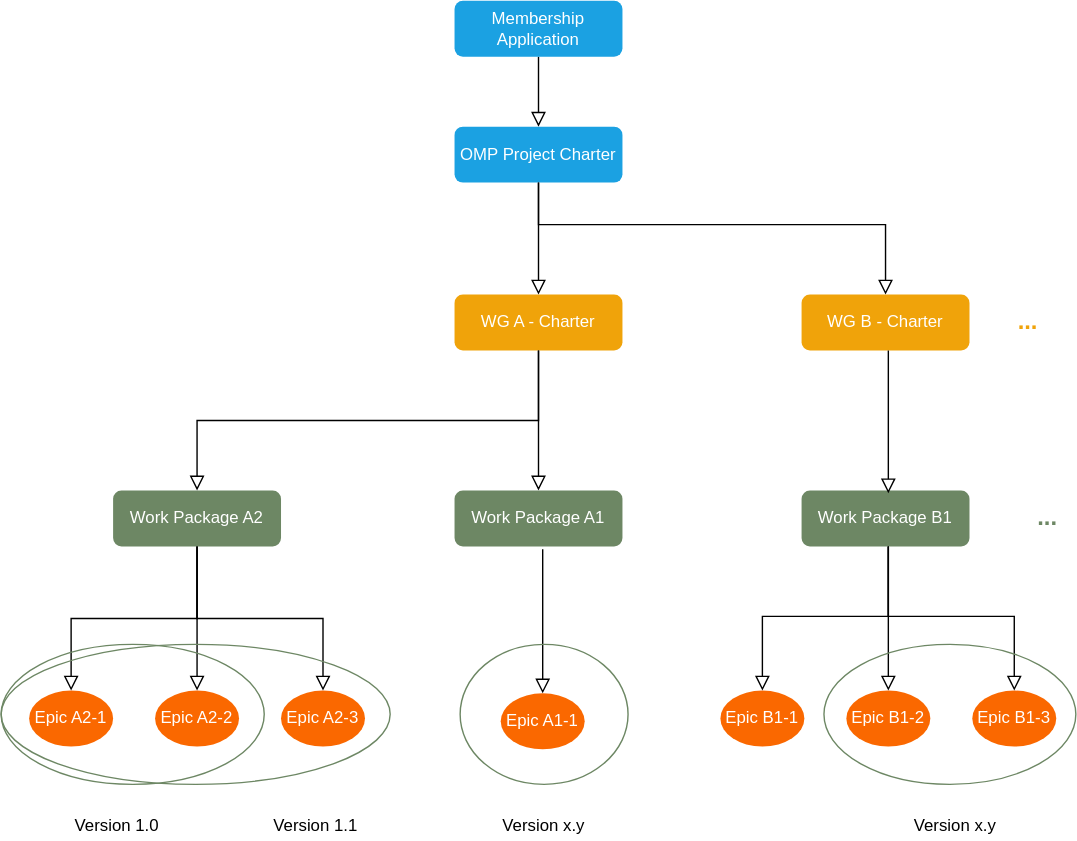
pawanpurbey/rules_of_engagement keeps this draw.io diagram as images/omp-breakdown.svg. Above is the earlier version. Source tidied: cells renumbered, new cells last; positions are measured from the earlier drawing's top-left corner, leaving out a move shared by most shapes.
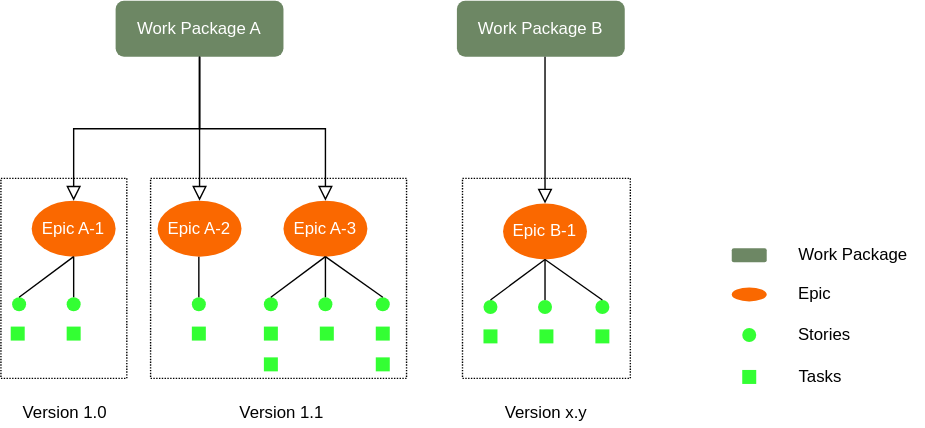
After the change.

Diff of the diagram source:
```diff
@@ -2,62 +2,28 @@
   <root>
     <mxCell id="0" />
     <mxCell id="1" parent="0" />
-    <mxCell id="2" style="rounded=0;html=1;jettySize=auto;fontSize=11;endArrow=block;endFill=0;endSize=8;strokeWidth=1;shadow=0;labelBackgroundColor=none;edgeStyle=orthogonalEdgeStyle;" parent="1" edge="1" source="3">
-      <mxGeometry relative="1" as="geometry">
-        <mxPoint x="384" y="90" as="targetPoint" />
-      </mxGeometry>
-    </mxCell>
-    <mxCell id="3" value="&lt;font color=&quot;#ffffff&quot;&gt;Membership&lt;br&gt;Application&lt;/font&gt;" style="rounded=1;whiteSpace=wrap;html=1;fontSize=12;glass=0;strokeWidth=1;shadow=0;fillColor=#1ba1e2;strokeColor=none;fontColor=#ffffff;" parent="1" vertex="1">
-      <mxGeometry x="324" width="120" height="40" as="geometry" />
-    </mxCell>
-    <mxCell id="4" value="OMP Project Charter" style="rounded=1;whiteSpace=wrap;html=1;fontSize=12;glass=0;strokeWidth=1;shadow=0;fillColor=#1ba1e2;strokeColor=none;fontColor=#ffffff;" parent="1" vertex="1">
-      <mxGeometry x="324" y="90" width="120" height="40" as="geometry" />
-    </mxCell>
-    <mxCell id="5" value="WG A - Charter" style="rounded=1;whiteSpace=wrap;html=1;fontSize=12;glass=0;strokeWidth=1;shadow=0;fillColor=#f0a30a;strokeColor=none;fontColor=#ffffff;" parent="1" vertex="1">
-      <mxGeometry x="324" y="210" width="120" height="40" as="geometry" />
-    </mxCell>
-    <mxCell id="6" value="&lt;font color=&quot;#ffffff&quot;&gt;WG B - Charter&lt;/font&gt;" style="rounded=1;whiteSpace=wrap;html=1;fontSize=12;glass=0;strokeWidth=1;shadow=0;fillColor=#f0a30a;strokeColor=none;fontColor=#ffffff;" parent="1" vertex="1">
-      <mxGeometry x="572" y="210" width="120" height="40" as="geometry" />
-    </mxCell>
-    <mxCell id="7" style="rounded=0;html=1;jettySize=auto;fontSize=11;endArrow=block;endFill=0;endSize=8;strokeWidth=1;shadow=0;labelBackgroundColor=none;edgeStyle=orthogonalEdgeStyle;exitX=0.5;exitY=1;exitDx=0;exitDy=0;" parent="1" edge="1" source="5" target="8">
-      <mxGeometry x="0.33" y="20" relative="1" as="geometry" />
-    </mxCell>
+    <mxCell id="39" style="whiteSpace=wrap;html=1;fillColor=none;strokeColor=#000000;dashed=1;dashPattern=1 1;" parent="1" vertex="1">
+      <mxGeometry x="-2" y="477" width="90" height="143" as="geometry" />
+    </mxCell>
+    <mxCell id="40" style="whiteSpace=wrap;html=1;fillColor=none;strokeColor=#000000;dashed=1;dashPattern=1 1;" parent="1" vertex="1">
+      <mxGeometry x="328" y="477" width="120" height="143" as="geometry" />
+    </mxCell>
+    <mxCell id="41" style="whiteSpace=wrap;html=1;fillColor=none;strokeColor=#000000;dashed=1;dashPattern=1 1;" parent="1" vertex="1">
+      <mxGeometry x="105" y="477" width="183" height="143" as="geometry" />
+    </mxCell>
-    <mxCell id="8" value="&lt;font color=&quot;#ffffff&quot;&gt;Work Package A1&lt;/font&gt;" style="rounded=1;whiteSpace=wrap;html=1;fontSize=12;glass=0;strokeWidth=1;shadow=0;fillColor=#6d8764;strokeColor=none;fontColor=#ffffff;" parent="1" vertex="1">
+    <mxCell id="8" value="&lt;font color=&quot;#ffffff&quot;&gt;Work Package B&lt;br&gt;&lt;/font&gt;" style="rounded=1;whiteSpace=wrap;html=1;fontSize=12;glass=0;strokeWidth=1;shadow=0;fillColor=#6d8764;strokeColor=none;fontColor=#ffffff;" parent="1" vertex="1">
       <mxGeometry x="324" y="350" width="120" height="40" as="geometry" />
     </mxCell>
-    <mxCell id="9" value="&lt;font color=&quot;#ffffff&quot;&gt;Work Package A2&lt;/font&gt;" style="rounded=1;whiteSpace=wrap;html=1;fontSize=12;glass=0;strokeWidth=1;shadow=0;fillColor=#6d8764;strokeColor=none;fontColor=#ffffff;" parent="1" vertex="1">
+    <mxCell id="9" value="&lt;font color=&quot;#ffffff&quot;&gt;Work Package A&lt;/font&gt;" style="rounded=1;whiteSpace=wrap;html=1;fontSize=12;glass=0;strokeWidth=1;shadow=0;fillColor=#6d8764;strokeColor=none;fontColor=#ffffff;" parent="1" vertex="1">
       <mxGeometry x="80" y="350" width="120" height="40" as="geometry" />
     </mxCell>
-    <mxCell id="10" value="Work Package B1" style="rounded=1;whiteSpace=wrap;html=1;fontSize=12;glass=0;strokeWidth=1;shadow=0;fillColor=#6d8764;strokeColor=none;fontColor=#ffffff;" parent="1" vertex="1">
-      <mxGeometry x="572" y="350" width="120" height="40" as="geometry" />
-    </mxCell>
-    <mxCell id="11" style="rounded=0;html=1;jettySize=auto;fontSize=11;endArrow=block;endFill=0;endSize=8;strokeWidth=1;shadow=0;labelBackgroundColor=none;edgeStyle=orthogonalEdgeStyle;exitX=0.5;exitY=1;exitDx=0;exitDy=0;entryX=0.5;entryY=0;entryDx=0;entryDy=0;" parent="1" edge="1" source="4" target="6">
-      <mxGeometry relative="1" as="geometry">
-        <Array as="points">
-          <mxPoint x="384" y="160" />
-          <mxPoint x="632" y="160" />
-        </Array>
-      </mxGeometry>
-    </mxCell>
-    <mxCell id="12" style="rounded=0;html=1;jettySize=auto;fontSize=11;endArrow=block;endFill=0;endSize=8;strokeWidth=1;shadow=0;labelBackgroundColor=none;edgeStyle=orthogonalEdgeStyle;exitX=0.5;exitY=1;exitDx=0;exitDy=0;entryX=0.5;entryY=0;entryDx=0;entryDy=0;" parent="1" edge="1" source="4" target="5">
-      <mxGeometry relative="1" as="geometry" />
-    </mxCell>
-    <mxCell id="13" style="rounded=0;html=1;jettySize=auto;fontSize=11;endArrow=block;endFill=0;endSize=8;strokeWidth=1;shadow=0;labelBackgroundColor=none;edgeStyle=orthogonalEdgeStyle;exitX=0.5;exitY=1;exitDx=0;exitDy=0;entryX=0.5;entryY=0;entryDx=0;entryDy=0;" parent="1" edge="1" source="5" target="9">
-      <mxGeometry x="0.33" y="20" relative="1" as="geometry" />
-    </mxCell>
-    <mxCell id="14" style="rounded=0;html=1;jettySize=auto;orthogonalLoop=1;fontSize=11;endArrow=block;endFill=0;endSize=8;strokeWidth=1;shadow=0;labelBackgroundColor=none;edgeStyle=orthogonalEdgeStyle;" parent="1" edge="1">
-      <mxGeometry x="0.33" y="20" relative="1" as="geometry">
-        <mxPoint x="634" y="250" as="sourcePoint" />
-        <mxPoint x="634" y="352" as="targetPoint" />
-      </mxGeometry>
-    </mxCell>
-    <mxCell id="15" value="Epic A2-1" style="ellipse;whiteSpace=wrap;html=1;fillColor=#fa6800;strokeColor=none;fontColor=#ffffff;" parent="1" vertex="1">
+    <mxCell id="15" value="Epic A-1" style="ellipse;whiteSpace=wrap;html=1;fillColor=#fa6800;strokeColor=none;fontColor=#ffffff;" parent="1" vertex="1">
       <mxGeometry x="20" y="493" width="60" height="40" as="geometry" />
     </mxCell>
-    <mxCell id="16" value="Epic A2-2" style="ellipse;whiteSpace=wrap;html=1;fillColor=#fa6800;strokeColor=none;fontColor=#ffffff;" parent="1" vertex="1">
+    <mxCell id="16" value="Epic A-2" style="ellipse;whiteSpace=wrap;html=1;fillColor=#fa6800;strokeColor=none;fontColor=#ffffff;" parent="1" vertex="1">
       <mxGeometry x="110" y="493" width="60" height="40" as="geometry" />
     </mxCell>
-    <mxCell id="17" value="Epic A2-3" style="ellipse;whiteSpace=wrap;html=1;fillColor=#fa6800;strokeColor=none;fontColor=#ffffff;" parent="1" vertex="1">
+    <mxCell id="17" value="Epic A-3" style="ellipse;whiteSpace=wrap;html=1;fillColor=#fa6800;strokeColor=none;fontColor=#ffffff;" parent="1" vertex="1">
       <mxGeometry x="200" y="493" width="60" height="40" as="geometry" />
     </mxCell>
     <mxCell id="18" style="rounded=0;html=1;jettySize=auto;fontSize=11;endArrow=block;endFill=0;endSize=8;strokeWidth=1;shadow=0;labelBackgroundColor=none;edgeStyle=orthogonalEdgeStyle;exitX=0.5;exitY=1;exitDx=0;exitDy=0;" parent="1" edge="1" source="9" target="15">
@@ -69,75 +35,145 @@
     <mxCell id="20" style="rounded=0;html=1;jettySize=auto;fontSize=11;endArrow=block;endFill=0;endSize=8;strokeWidth=1;shadow=0;labelBackgroundColor=none;edgeStyle=orthogonalEdgeStyle;exitX=0.5;exitY=1;exitDx=0;exitDy=0;entryX=0.5;entryY=0;entryDx=0;entryDy=0;" parent="1" edge="1" source="9" target="16">
       <mxGeometry x="0.33" y="20" relative="1" as="geometry" />
     </mxCell>
-    <mxCell id="21" value="Epic A1-1" style="ellipse;whiteSpace=wrap;html=1;fillColor=#fa6800;strokeColor=none;fontColor=#ffffff;" parent="1" vertex="1">
+    <mxCell id="21" value="Epic B-1" style="ellipse;whiteSpace=wrap;html=1;fillColor=#fa6800;strokeColor=none;fontColor=#ffffff;" parent="1" vertex="1">
       <mxGeometry x="357" y="495" width="60" height="40" as="geometry" />
     </mxCell>
-    <mxCell id="22" style="rounded=0;html=1;jettySize=auto;fontSize=11;endArrow=block;endFill=0;endSize=8;strokeWidth=1;shadow=0;labelBackgroundColor=none;edgeStyle=orthogonalEdgeStyle;exitX=0.5;exitY=1;exitDx=0;exitDy=0;entryX=0.5;entryY=0;entryDx=0;entryDy=0;" parent="1" edge="1" target="21">
+    <mxCell id="22" style="rounded=0;html=1;jettySize=auto;fontSize=11;endArrow=block;endFill=0;endSize=8;strokeWidth=1;shadow=0;labelBackgroundColor=none;edgeStyle=orthogonalEdgeStyle;entryX=0.5;entryY=0;entryDx=0;entryDy=0;" parent="1" edge="1" target="21">
       <mxGeometry x="0.33" y="20" relative="1" as="geometry">
-        <mxPoint x="387" y="392" as="sourcePoint" />
+        <mxPoint x="387" y="390" as="sourcePoint" />
       </mxGeometry>
     </mxCell>
-    <mxCell id="23" value="Epic B1-1" style="ellipse;whiteSpace=wrap;html=1;fillColor=#fa6800;strokeColor=none;fontColor=#ffffff;" parent="1" vertex="1">
-      <mxGeometry x="514" y="493" width="60" height="40" as="geometry" />
-    </mxCell>
-    <mxCell id="24" value="Epic B1-2" style="ellipse;whiteSpace=wrap;html=1;fillColor=#fa6800;strokeColor=none;fontColor=#ffffff;" parent="1" vertex="1">
-      <mxGeometry x="604" y="493" width="60" height="40" as="geometry" />
-    </mxCell>
-    <mxCell id="25" value="Epic B1-3" style="ellipse;whiteSpace=wrap;html=1;fillColor=#fa6800;strokeColor=none;fontColor=#ffffff;" parent="1" vertex="1">
-      <mxGeometry x="694" y="493" width="60" height="40" as="geometry" />
-    </mxCell>
-    <mxCell id="26" style="rounded=0;html=1;jettySize=auto;fontSize=11;endArrow=block;endFill=0;endSize=8;strokeWidth=1;shadow=0;labelBackgroundColor=none;edgeStyle=orthogonalEdgeStyle;exitX=0.5;exitY=1;exitDx=0;exitDy=0;" parent="1" edge="1" target="23">
-      <mxGeometry x="0.33" y="20" relative="1" as="geometry">
-        <mxPoint x="634" y="390" as="sourcePoint" />
-        <Array as="points">
-          <mxPoint x="634" y="440" />
-          <mxPoint x="544" y="440" />
-        </Array>
-      </mxGeometry>
-    </mxCell>
-    <mxCell id="27" style="rounded=0;html=1;jettySize=auto;fontSize=11;endArrow=block;endFill=0;endSize=8;strokeWidth=1;shadow=0;labelBackgroundColor=none;edgeStyle=orthogonalEdgeStyle;exitX=0.5;exitY=1;exitDx=0;exitDy=0;entryX=0.5;entryY=0;entryDx=0;entryDy=0;" parent="1" edge="1" target="25">
-      <mxGeometry x="0.33" y="20" relative="1" as="geometry">
-        <mxPoint x="634" y="390" as="sourcePoint" />
-        <Array as="points">
-          <mxPoint x="634" y="440" />
-          <mxPoint x="724" y="440" />
-        </Array>
-      </mxGeometry>
-    </mxCell>
-    <mxCell id="28" style="rounded=0;html=1;jettySize=auto;fontSize=11;endArrow=block;endFill=0;endSize=8;strokeWidth=1;shadow=0;labelBackgroundColor=none;edgeStyle=orthogonalEdgeStyle;exitX=0.5;exitY=1;exitDx=0;exitDy=0;entryX=0.5;entryY=0;entryDx=0;entryDy=0;" parent="1" edge="1" target="24">
-      <mxGeometry x="0.33" y="20" relative="1" as="geometry">
-        <mxPoint x="634" y="390" as="sourcePoint" />
-      </mxGeometry>
-    </mxCell>
-    <mxCell id="29" value="&lt;font style=&quot;font-size: 17px&quot;&gt;&lt;b&gt;...&lt;/b&gt;&lt;/font&gt;" style="text;html=1;strokeColor=none;fillColor=none;align=center;verticalAlign=middle;whiteSpace=wrap;rounded=0;fontColor=#F0A30A;" parent="1" vertex="1">
-      <mxGeometry x="714" y="220" width="40" height="20" as="geometry" />
-    </mxCell>
-    <mxCell id="30" style="ellipse;whiteSpace=wrap;html=1;fillColor=none;strokeColor=#6D8764;" parent="1" vertex="1">
-      <mxGeometry y="460" width="188" height="100" as="geometry" />
-    </mxCell>
     <mxCell id="31" value="Version 1.0" style="text;html=1;strokeColor=none;fillColor=none;align=center;verticalAlign=middle;whiteSpace=wrap;rounded=0;" parent="1" vertex="1">
-      <mxGeometry x="48" y="580" width="70" height="20" as="geometry" />
+      <mxGeometry x="9" y="635" width="70" height="20" as="geometry" />
     </mxCell>
-    <mxCell id="32" style="ellipse;whiteSpace=wrap;html=1;fillColor=none;strokeColor=#6D8764;" parent="1" vertex="1">
-      <mxGeometry x="588" y="460" width="180" height="100" as="geometry" />
-    </mxCell>
-    <mxCell id="33" value="Version x.y" style="text;html=1;strokeColor=none;fillColor=none;align=center;verticalAlign=middle;whiteSpace=wrap;rounded=0;" parent="1" vertex="1">
-      <mxGeometry x="651" y="580" width="62" height="20" as="geometry" />
-    </mxCell>
-    <mxCell id="34" style="ellipse;whiteSpace=wrap;html=1;fillColor=none;strokeColor=#6D8764;" parent="1" vertex="1">
-      <mxGeometry x="328" y="460" width="120" height="100" as="geometry" />
-    </mxCell>
     <mxCell id="35" value="Version x.y" style="text;html=1;strokeColor=none;fillColor=none;align=center;verticalAlign=middle;whiteSpace=wrap;rounded=0;" parent="1" vertex="1">
-      <mxGeometry x="357" y="580" width="62" height="20" as="geometry" />
+      <mxGeometry x="357" y="635" width="62" height="20" as="geometry" />
     </mxCell>
-    <mxCell id="36" value="&lt;font style=&quot;font-size: 17px&quot; color=&quot;#6d8764&quot;&gt;&lt;b&gt;...&lt;/b&gt;&lt;/font&gt;" style="text;html=1;strokeColor=none;fillColor=none;align=center;verticalAlign=middle;whiteSpace=wrap;rounded=0;fontColor=#F0A30A;" parent="1" vertex="1">
-      <mxGeometry x="728" y="360" width="40" height="20" as="geometry" />
-    </mxCell>
-    <mxCell id="37" style="ellipse;whiteSpace=wrap;html=1;fillColor=none;strokeColor=#6D8764;" parent="1" vertex="1">
-      <mxGeometry y="460" width="278" height="100" as="geometry" />
-    </mxCell>
     <mxCell id="38" value="Version 1.1" style="text;html=1;strokeColor=none;fillColor=none;align=center;verticalAlign=middle;whiteSpace=wrap;rounded=0;" parent="1" vertex="1">
-      <mxGeometry x="190" y="580" width="70" height="20" as="geometry" />
+      <mxGeometry x="164" y="635" width="70" height="20" as="geometry" />
     </mxCell>
+    <mxCell id="42" style="ellipse;whiteSpace=wrap;html=1;strokeColor=none;fillColor=#33FF33;" parent="1" vertex="1">
+      <mxGeometry x="343" y="564" width="10" height="10" as="geometry" />
+    </mxCell>
+    <mxCell id="43" style="ellipse;whiteSpace=wrap;html=1;strokeColor=none;fillColor=#33FF33;" parent="1" vertex="1">
+      <mxGeometry x="382" y="564" width="10" height="10" as="geometry" />
+    </mxCell>
+    <mxCell id="44" style="ellipse;whiteSpace=wrap;html=1;strokeColor=none;fillColor=#33FF33;" parent="1" vertex="1">
+      <mxGeometry x="423" y="564" width="10" height="10" as="geometry" />
+    </mxCell>
+    <mxCell id="45" style="endArrow=none;html=1;entryX=0.5;entryY=1;entryDx=0;entryDy=0;exitX=0.5;exitY=0;exitDx=0;exitDy=0;strokeWidth=1;" parent="1" edge="1" source="43" target="21">
+      <mxGeometry relative="1" as="geometry" />
+    </mxCell>
+    <mxCell id="46" style="endArrow=none;html=1;strokeWidth=1;entryX=0.5;entryY=0;entryDx=0;entryDy=0;exitX=0.5;exitY=1;exitDx=0;exitDy=0;" parent="1" edge="1" source="21" target="44">
+      <mxGeometry relative="1" as="geometry" />
+    </mxCell>
+    <mxCell id="47" style="endArrow=none;html=1;strokeWidth=1;exitX=0.5;exitY=0;exitDx=0;exitDy=0;entryX=0.5;entryY=1;entryDx=0;entryDy=0;" parent="1" edge="1" source="42" target="21">
+      <mxGeometry relative="1" as="geometry" />
+    </mxCell>
+    <mxCell id="48" style="ellipse;whiteSpace=wrap;html=1;strokeColor=none;fillColor=#33FF33;" parent="1" vertex="1">
+      <mxGeometry x="528" y="584" width="10" height="10" as="geometry" />
+    </mxCell>
+    <mxCell id="49" value="Stories" style="text;html=1;strokeColor=none;fillColor=none;align=center;verticalAlign=middle;whiteSpace=wrap;rounded=0;" parent="1" vertex="1">
+      <mxGeometry x="556" y="579" width="62" height="20" as="geometry" />
+    </mxCell>
+    <mxCell id="50" style="whiteSpace=wrap;html=1;fillColor=#33FF33;strokeColor=none;" parent="1" vertex="1">
+      <mxGeometry x="528" y="614" width="10" height="10" as="geometry" />
+    </mxCell>
+    <mxCell id="51" value="Tasks" style="text;html=1;strokeColor=none;fillColor=none;align=center;verticalAlign=middle;whiteSpace=wrap;rounded=0;" parent="1" vertex="1">
+      <mxGeometry x="553" y="609" width="62" height="20" as="geometry" />
+    </mxCell>
+    <mxCell id="52" style="whiteSpace=wrap;html=1;fillColor=#33FF33;strokeColor=none;" parent="1" vertex="1">
+      <mxGeometry x="343" y="585" width="10" height="10" as="geometry" />
+    </mxCell>
+    <mxCell id="53" style="whiteSpace=wrap;html=1;fillColor=#33FF33;strokeColor=none;" parent="1" vertex="1">
+      <mxGeometry x="383" y="585" width="10" height="10" as="geometry" />
+    </mxCell>
+    <mxCell id="54" style="ellipse;whiteSpace=wrap;html=1;strokeColor=none;fillColor=#33FF33;" parent="1" vertex="1">
+      <mxGeometry x="6" y="562" width="10" height="10" as="geometry" />
+    </mxCell>
+    <mxCell id="55" style="ellipse;whiteSpace=wrap;html=1;strokeColor=none;fillColor=#33FF33;" parent="1" vertex="1">
+      <mxGeometry x="45" y="562" width="10" height="10" as="geometry" />
+    </mxCell>
+    <mxCell id="56" style="endArrow=none;html=1;entryX=0.5;entryY=1;entryDx=0;entryDy=0;exitX=0.5;exitY=0;exitDx=0;exitDy=0;strokeWidth=1;" parent="1" edge="1" source="55">
+      <mxGeometry relative="1" as="geometry">
+        <mxPoint x="50" y="533" as="targetPoint" />
+      </mxGeometry>
+    </mxCell>
+    <mxCell id="57" style="endArrow=none;html=1;strokeWidth=1;exitX=0.5;exitY=0;exitDx=0;exitDy=0;entryX=0.5;entryY=1;entryDx=0;entryDy=0;" parent="1" edge="1" source="54">
+      <mxGeometry relative="1" as="geometry">
+        <mxPoint x="50" y="533" as="targetPoint" />
+      </mxGeometry>
+    </mxCell>
+    <mxCell id="58" style="whiteSpace=wrap;html=1;fillColor=#33FF33;strokeColor=none;" parent="1" vertex="1">
+      <mxGeometry x="5" y="583" width="10" height="10" as="geometry" />
+    </mxCell>
+    <mxCell id="59" style="whiteSpace=wrap;html=1;fillColor=#33FF33;strokeColor=none;" parent="1" vertex="1">
+      <mxGeometry x="45" y="583" width="10" height="10" as="geometry" />
+    </mxCell>
+    <mxCell id="60" style="ellipse;whiteSpace=wrap;html=1;strokeColor=none;fillColor=#33FF33;" parent="1" vertex="1">
+      <mxGeometry x="134.5" y="562" width="10" height="10" as="geometry" />
+    </mxCell>
+    <mxCell id="61" style="endArrow=none;html=1;entryX=0.5;entryY=1;entryDx=0;entryDy=0;exitX=0.5;exitY=0;exitDx=0;exitDy=0;strokeWidth=1;" parent="1" edge="1" source="60">
+      <mxGeometry relative="1" as="geometry">
+        <mxPoint x="139.5" y="533" as="targetPoint" />
+      </mxGeometry>
+    </mxCell>
+    <mxCell id="62" style="whiteSpace=wrap;html=1;fillColor=#33FF33;strokeColor=none;" parent="1" vertex="1">
+      <mxGeometry x="134.5" y="583" width="10" height="10" as="geometry" />
+    </mxCell>
+    <mxCell id="63" style="ellipse;whiteSpace=wrap;html=1;strokeColor=none;fillColor=#33FF33;" parent="1" vertex="1">
+      <mxGeometry x="186" y="562" width="10" height="10" as="geometry" />
+    </mxCell>
+    <mxCell id="64" style="ellipse;whiteSpace=wrap;html=1;strokeColor=none;fillColor=#33FF33;" parent="1" vertex="1">
+      <mxGeometry x="225" y="562" width="10" height="10" as="geometry" />
+    </mxCell>
+    <mxCell id="65" style="ellipse;whiteSpace=wrap;html=1;strokeColor=none;fillColor=#33FF33;" parent="1" vertex="1">
+      <mxGeometry x="266" y="562" width="10" height="10" as="geometry" />
+    </mxCell>
+    <mxCell id="66" style="endArrow=none;html=1;entryX=0.5;entryY=1;entryDx=0;entryDy=0;exitX=0.5;exitY=0;exitDx=0;exitDy=0;strokeWidth=1;" parent="1" edge="1" source="64">
+      <mxGeometry relative="1" as="geometry">
+        <mxPoint x="230" y="533" as="targetPoint" />
+      </mxGeometry>
+    </mxCell>
+    <mxCell id="67" style="endArrow=none;html=1;strokeWidth=1;entryX=0.5;entryY=0;entryDx=0;entryDy=0;exitX=0.5;exitY=1;exitDx=0;exitDy=0;" parent="1" edge="1" target="65">
+      <mxGeometry relative="1" as="geometry">
+        <mxPoint x="230" y="533" as="sourcePoint" />
+      </mxGeometry>
+    </mxCell>
+    <mxCell id="68" style="endArrow=none;html=1;strokeWidth=1;exitX=0.5;exitY=0;exitDx=0;exitDy=0;entryX=0.5;entryY=1;entryDx=0;entryDy=0;" parent="1" edge="1" source="63">
+      <mxGeometry relative="1" as="geometry">
+        <mxPoint x="230" y="533" as="targetPoint" />
+      </mxGeometry>
+    </mxCell>
+    <mxCell id="69" style="whiteSpace=wrap;html=1;fillColor=#33FF33;strokeColor=none;" parent="1" vertex="1">
+      <mxGeometry x="186" y="583" width="10" height="10" as="geometry" />
+    </mxCell>
+    <mxCell id="70" style="whiteSpace=wrap;html=1;fillColor=#33FF33;strokeColor=none;" parent="1" vertex="1">
+      <mxGeometry x="226" y="583" width="10" height="10" as="geometry" />
+    </mxCell>
+    <mxCell id="71" style="whiteSpace=wrap;html=1;fillColor=#33FF33;strokeColor=none;" parent="1" vertex="1">
+      <mxGeometry x="266" y="583" width="10" height="10" as="geometry" />
+    </mxCell>
+    <mxCell id="72" style="whiteSpace=wrap;html=1;fillColor=#33FF33;strokeColor=none;" parent="1" vertex="1">
+      <mxGeometry x="266" y="605" width="10" height="10" as="geometry" />
+    </mxCell>
+    <mxCell id="73" style="ellipse;whiteSpace=wrap;html=1;fillColor=#fa6800;strokeColor=none;fontColor=#ffffff;" parent="1" vertex="1">
+      <mxGeometry x="520.5" y="555" width="25" height="10" as="geometry" />
+    </mxCell>
+    <mxCell id="74" value="Epic" style="text;html=1;strokeColor=none;fillColor=none;align=center;verticalAlign=middle;whiteSpace=wrap;rounded=0;" parent="1" vertex="1">
+      <mxGeometry x="549" y="550" width="62" height="20" as="geometry" />
+    </mxCell>
+    <mxCell id="75" value="&lt;font color=&quot;#ffffff&quot;&gt;&lt;br&gt;&lt;/font&gt;" style="rounded=1;whiteSpace=wrap;html=1;fontSize=12;glass=0;strokeWidth=1;shadow=0;fillColor=#6d8764;strokeColor=none;fontColor=#ffffff;" parent="1" vertex="1">
+      <mxGeometry x="520.5" y="527" width="25" height="10" as="geometry" />
+    </mxCell>
+    <mxCell id="76" value="Work Package" style="text;html=1;strokeColor=none;fillColor=none;align=center;verticalAlign=middle;whiteSpace=wrap;rounded=0;" parent="1" vertex="1">
+      <mxGeometry x="557" y="522" width="101" height="20" as="geometry" />
+    </mxCell>
+    <mxCell id="77" style="whiteSpace=wrap;html=1;fillColor=#33FF33;strokeColor=none;" parent="1" vertex="1">
+      <mxGeometry x="186" y="605" width="10" height="10" as="geometry" />
+    </mxCell>
+    <mxCell id="78" style="whiteSpace=wrap;html=1;fillColor=#33FF33;strokeColor=none;" parent="1" vertex="1">
+      <mxGeometry x="423" y="585" width="10" height="10" as="geometry" />
+    </mxCell>
   </root>
 </mxGraphModel>
```
